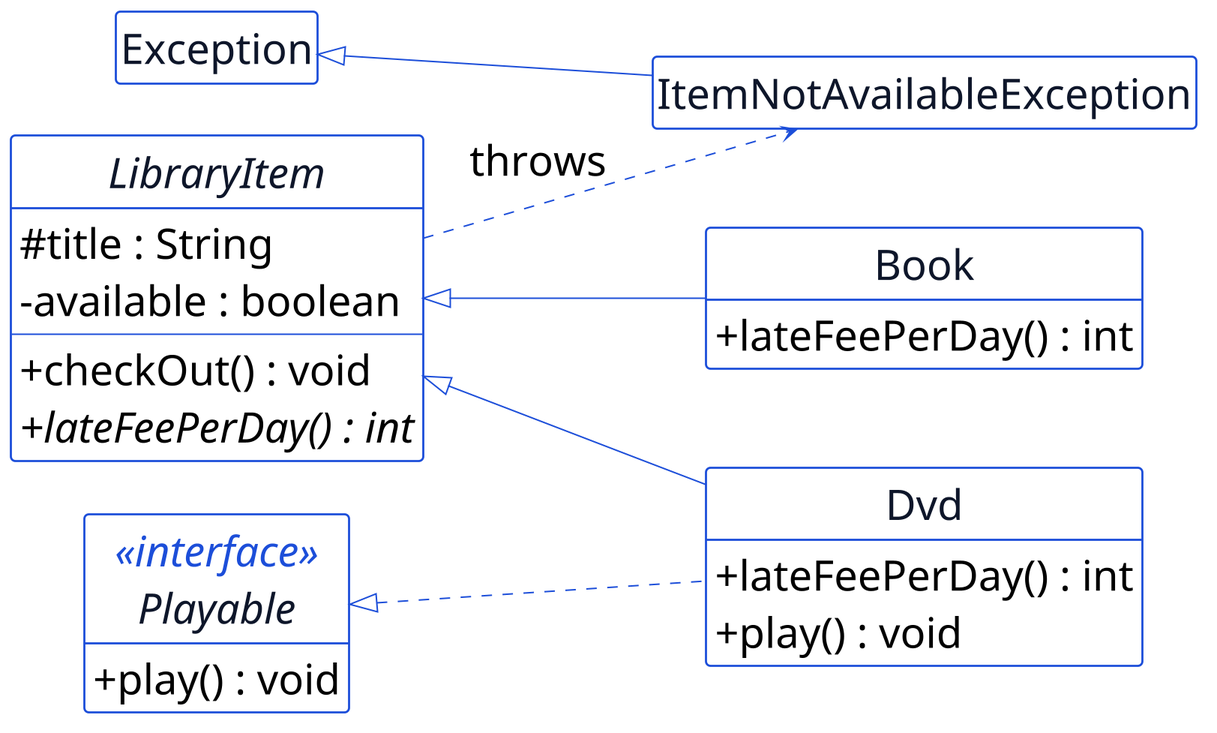
Above: assets/uml/src/p10-libraryitem-exception.png in dhanifudin/oop (PlantUML), before the change.
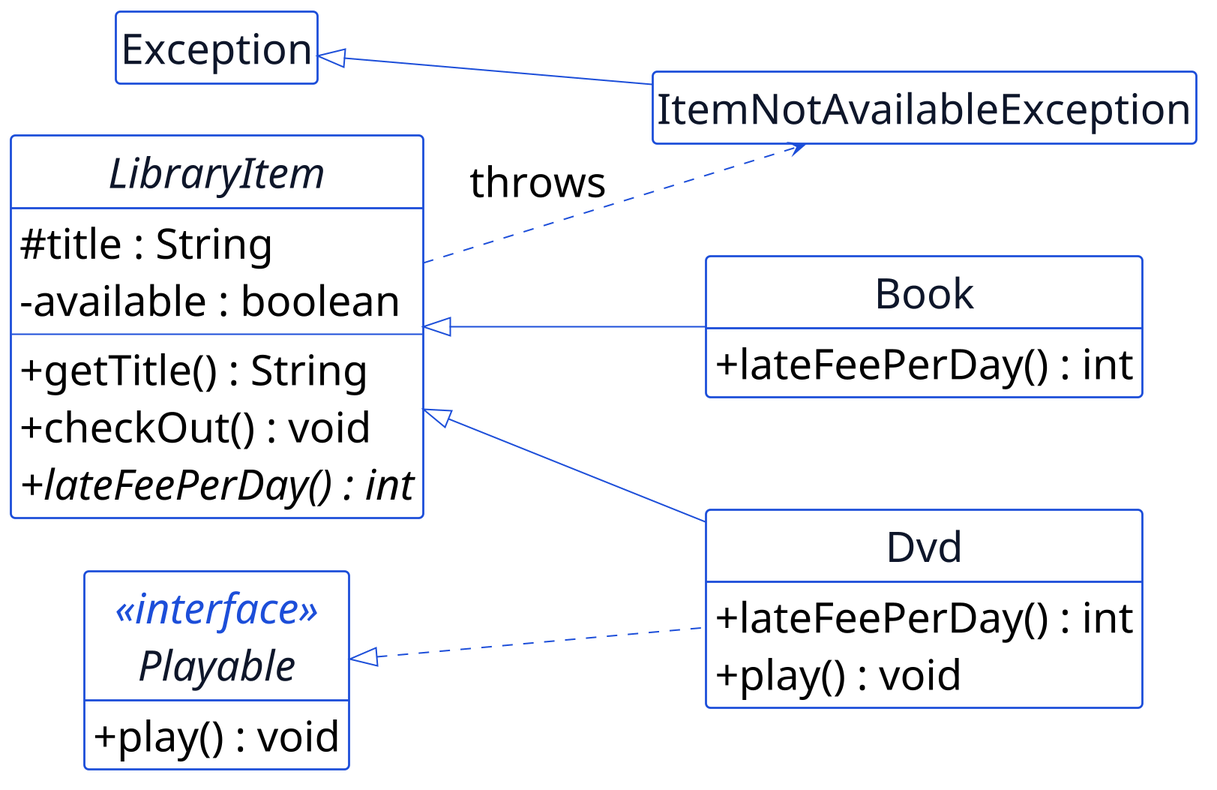
The same file after the commit.

The edit, as a diff of the source:
```diff
@@ -15,6 +15,7 @@
   # title : String
   - available : boolean
   --
+  + getTitle() : String
   + checkOut() : void
   + {abstract} lateFeePerDay() : int
 }
```
